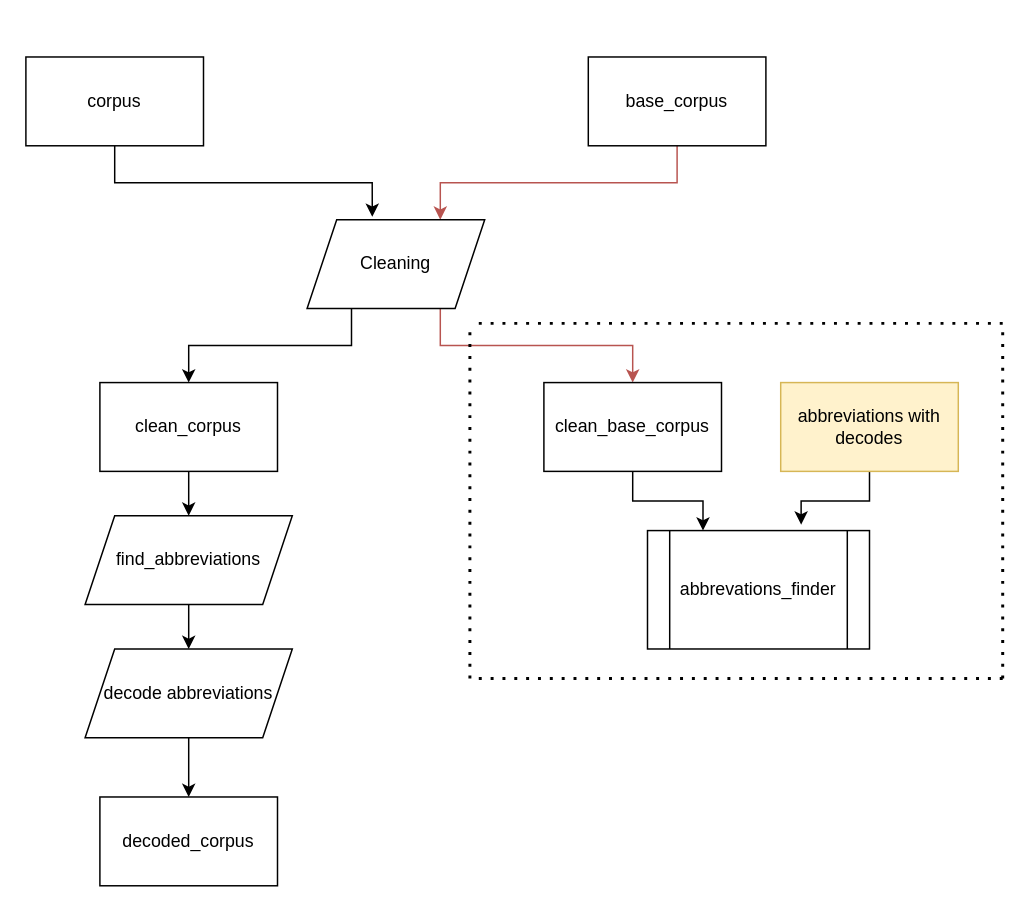
The draw.io diagram Untitled Diagram.drawio in EgorovM/abbreviations_decode, before the edit. Source tidied: cells renumbered, new cells numbered last; positions are measured from the earlier drawing's top-left corner, leaving out a move shared by most shapes. Both pictures are drawn from the tidied source at 148%, with x=0, y=0 at pixel (25, 56).
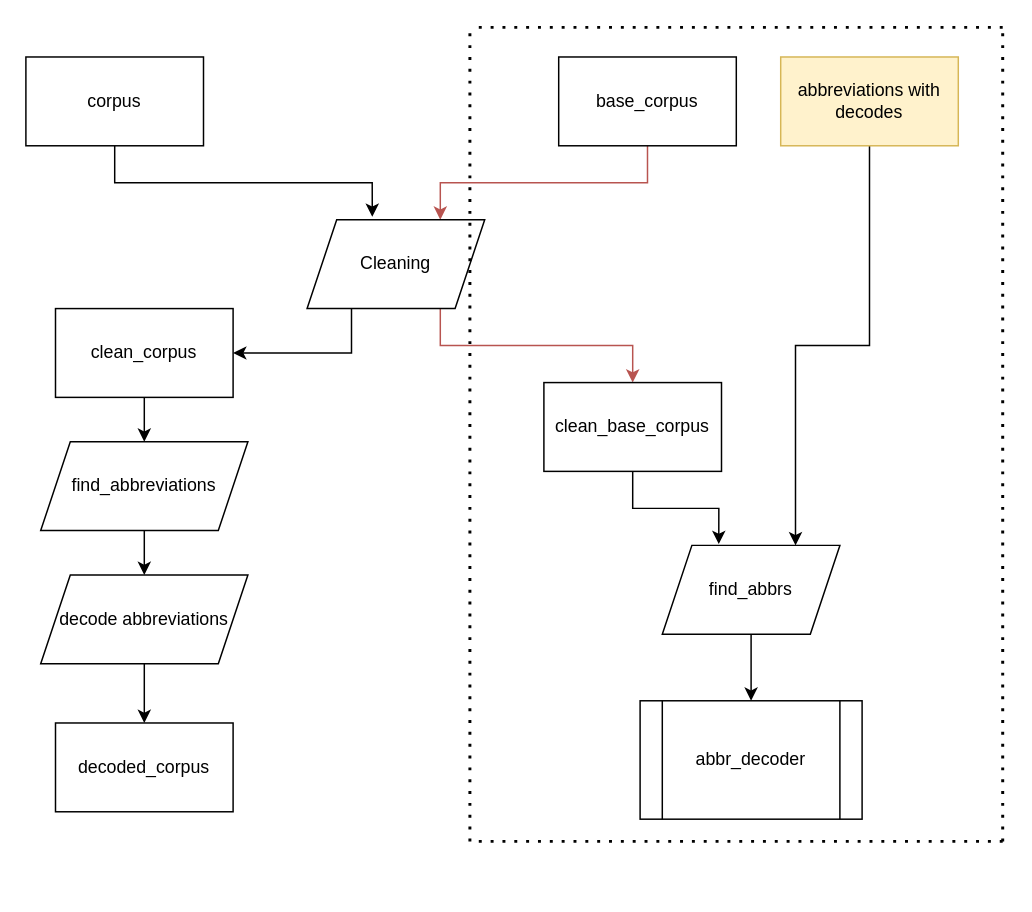
The same page after the edit.

Unchanged cells that the change refers to:
```xml
<mxCell id="12" value="clean_base_corpus" style="rounded=0;whiteSpace=wrap;html=1;" parent="1" vertex="1">
  <mxGeometry x="350" y="220" width="120" height="60" as="geometry" />
</mxCell>
```

What changed in the source:
```diff
@@
     <mxCell id="3" value="base_corpus" style="rounded=0;whiteSpace=wrap;html=1;" parent="1" vertex="1">
-      <mxGeometry x="380" width="120" height="60" as="geometry" />
+      <mxGeometry x="360" width="120" height="60" as="geometry" />
     </mxCell>
@@
-    <mxCell id="6" style="edgeStyle=orthogonalEdgeStyle;rounded=0;jettySize=auto;html=1;exitX=0.5;exitY=1;exitDx=0;exitDy=0;entryX=0.692;entryY=-0.05;entryDx=0;entryDy=0;entryPerimeter=0;" parent="1" edge="1" source="7" target="19">
+    <mxCell id="6" style="edgeStyle=orthogonalEdgeStyle;rounded=0;jettySize=auto;html=1;exitX=0.5;exitY=1;exitDx=0;exitDy=0;entryX=0.75;entryY=0;entryDx=0;entryDy=0;" parent="1" edge="1" source="7" target="27">
       <mxGeometry relative="1" as="geometry" />
     </mxCell>
     <mxCell id="7" value="abbreviations with decodes" style="rounded=0;whiteSpace=wrap;html=1;fillColor=#fff2cc;strokeColor=#d6b656;" parent="1" vertex="1">
-      <mxGeometry x="510" y="220" width="120" height="60" as="geometry" />
+      <mxGeometry x="510" width="120" height="60" as="geometry" />
     </mxCell>
@@
-    <mxCell id="11" style="edgeStyle=orthogonalEdgeStyle;rounded=0;jettySize=auto;html=1;exitX=0.5;exitY=1;exitDx=0;exitDy=0;entryX=0.25;entryY=0;entryDx=0;entryDy=0;" parent="1" edge="1" source="12" target="19">
+    <mxCell id="11" style="edgeStyle=orthogonalEdgeStyle;rounded=0;jettySize=auto;html=1;exitX=0.5;exitY=1;exitDx=0;exitDy=0;entryX=0.318;entryY=-0.015;entryDx=0;entryDy=0;entryPerimeter=0;" parent="1" edge="1" source="12" target="27">
       <mxGeometry relative="1" as="geometry" />
     </mxCell>
@@
     <mxCell id="14" value="clean_corpus" style="rounded=0;whiteSpace=wrap;html=1;" parent="1" vertex="1">
-      <mxGeometry x="50" y="220" width="120" height="60" as="geometry" />
+      <mxGeometry x="20" y="170" width="120" height="60" as="geometry" />
     </mxCell>
     <mxCell id="15" style="endArrow=none;dashed=1;html=1;dashPattern=1 3;strokeWidth=2;" parent="1" edge="1">
       <mxGeometry relative="1" as="geometry">
-        <mxPoint x="300" y="420" as="sourcePoint" />
-        <mxPoint x="300" y="180" as="targetPoint" />
+        <mxPoint x="300" y="530" as="sourcePoint" />
+        <mxPoint x="300" y="-20" as="targetPoint" />
       </mxGeometry>
     </mxCell>
     <mxCell id="16" style="endArrow=none;dashed=1;html=1;dashPattern=1 3;strokeWidth=2;" parent="1" edge="1">
       <mxGeometry relative="1" as="geometry">
-        <mxPoint x="660" y="420" as="sourcePoint" />
-        <mxPoint x="300" y="420" as="targetPoint" />
+        <mxPoint x="660" y="530" as="sourcePoint" />
+        <mxPoint x="300" y="530" as="targetPoint" />
       </mxGeometry>
     </mxCell>
     <mxCell id="17" style="endArrow=none;dashed=1;html=1;dashPattern=1 3;strokeWidth=2;" parent="1" edge="1">
       <mxGeometry relative="1" as="geometry">
-        <mxPoint x="660" y="180" as="sourcePoint" />
-        <mxPoint x="300" y="180" as="targetPoint" />
+        <mxPoint x="660" y="-20" as="sourcePoint" />
+        <mxPoint x="300" y="-20" as="targetPoint" />
       </mxGeometry>
     </mxCell>
     <mxCell id="18" style="endArrow=none;dashed=1;html=1;dashPattern=1 3;strokeWidth=2;" parent="1" edge="1">
       <mxGeometry relative="1" as="geometry">
-        <mxPoint x="660" y="420" as="sourcePoint" />
-        <mxPoint x="660" y="180" as="targetPoint" />
+        <mxPoint x="660" y="530" as="sourcePoint" />
+        <mxPoint x="660" y="-20" as="targetPoint" />
       </mxGeometry>
     </mxCell>
-    <mxCell id="19" value="abbrevations_finder" style="shape=process;whiteSpace=wrap;html=1;backgroundOutline=1;" parent="1" vertex="1">
-      <mxGeometry x="420" y="320" width="150" height="80" as="geometry" />
-    </mxCell>
@@
     <mxCell id="21" value="find_abbreviations" style="shape=parallelogram;perimeter=parallelogramPerimeter;whiteSpace=wrap;html=1;fixedSize=1;" parent="1" vertex="1">
-      <mxGeometry x="40" y="310" width="140" height="60" as="geometry" />
+      <mxGeometry x="10" y="260" width="140" height="60" as="geometry" />
     </mxCell>
@@
     <mxCell id="23" value="decode abbreviations" style="shape=parallelogram;perimeter=parallelogramPerimeter;whiteSpace=wrap;html=1;fixedSize=1;" parent="1" vertex="1">
-      <mxGeometry x="40" y="400" width="140" height="60" as="geometry" />
+      <mxGeometry x="10" y="350" width="140" height="60" as="geometry" />
     </mxCell>
     <mxCell id="24" value="decoded_corpus" style="rounded=0;whiteSpace=wrap;html=1;" parent="1" vertex="1">
-      <mxGeometry x="50" y="500" width="120" height="60" as="geometry" />
+      <mxGeometry x="20" y="450" width="120" height="60" as="geometry" />
     </mxCell>
+    <mxCell id="25" value="abbr_decoder" style="shape=process;whiteSpace=wrap;html=1;backgroundOutline=1;" parent="1" vertex="1">
+      <mxGeometry x="415" y="435" width="150" height="80" as="geometry" />
+    </mxCell>
+    <mxCell id="26" style="edgeStyle=orthogonalEdgeStyle;rounded=0;jettySize=auto;html=1;exitX=0.5;exitY=1;exitDx=0;exitDy=0;entryX=0.5;entryY=0;entryDx=0;entryDy=0;" parent="1" edge="1" source="27" target="25">
+      <mxGeometry relative="1" as="geometry" />
+    </mxCell>
+    <mxCell id="27" value="find_abbrs" style="shape=parallelogram;perimeter=parallelogramPerimeter;whiteSpace=wrap;html=1;fixedSize=1;" parent="1" vertex="1">
+      <mxGeometry x="430" y="330" width="120" height="60" as="geometry" />
+    </mxCell>
```
